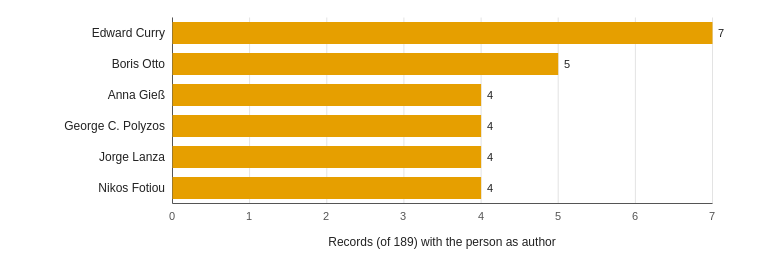
egagraha/slr-dataspace keeps this draw.io diagram as figures/fig_bib_5_authors.drawio. Above is the earlier version. Source tidied: cells renumbered, new cells numbered last; positions are measured from the earlier drawing's top-left corner, leaving out a move shared by most shapes. Both pictures are drawn from the tidied source at 100%, with x=0, y=0 at pixel (17, 17).
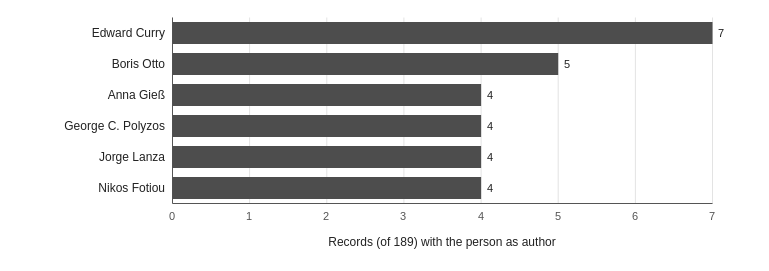
After the change.

Change to the diagram source:
```diff
@@
-    <mxCell id="21" style="rounded=0;whiteSpace=wrap;html=1;fillColor=#E69F00;strokeColor=none;strokeWidth=1;fontFamily=Helvetica;fontSize=12;fontColor=#222222;fontStyle=0;align=center;verticalAlign=middle;dashed=0;" parent="1" vertex="1">
+    <mxCell id="21" style="rounded=0;whiteSpace=wrap;html=1;fillColor=#4D4D4D;strokeColor=none;strokeWidth=1;fontFamily=Helvetica;fontSize=12;fontColor=#222222;fontStyle=0;align=center;verticalAlign=middle;dashed=0;" parent="1" vertex="1">
       <mxGeometry x="155" y="4.5" width="540" height="22" as="geometry" />
     </mxCell>
@@
-    <mxCell id="24" style="rounded=0;whiteSpace=wrap;html=1;fillColor=#E69F00;strokeColor=none;strokeWidth=1;fontFamily=Helvetica;fontSize=12;fontColor=#222222;fontStyle=0;align=center;verticalAlign=middle;dashed=0;" parent="1" vertex="1">
+    <mxCell id="24" style="rounded=0;whiteSpace=wrap;html=1;fillColor=#4D4D4D;strokeColor=none;strokeWidth=1;fontFamily=Helvetica;fontSize=12;fontColor=#222222;fontStyle=0;align=center;verticalAlign=middle;dashed=0;" parent="1" vertex="1">
       <mxGeometry x="155" y="35.5" width="385.7" height="22" as="geometry" />
     </mxCell>
@@
-    <mxCell id="27" style="rounded=0;whiteSpace=wrap;html=1;fillColor=#E69F00;strokeColor=none;strokeWidth=1;fontFamily=Helvetica;fontSize=12;fontColor=#222222;fontStyle=0;align=center;verticalAlign=middle;dashed=0;" parent="1" vertex="1">
+    <mxCell id="27" style="rounded=0;whiteSpace=wrap;html=1;fillColor=#4D4D4D;strokeColor=none;strokeWidth=1;fontFamily=Helvetica;fontSize=12;fontColor=#222222;fontStyle=0;align=center;verticalAlign=middle;dashed=0;" parent="1" vertex="1">
       <mxGeometry x="155" y="66.5" width="308.6" height="22" as="geometry" />
     </mxCell>
@@
-    <mxCell id="30" style="rounded=0;whiteSpace=wrap;html=1;fillColor=#E69F00;strokeColor=none;strokeWidth=1;fontFamily=Helvetica;fontSize=12;fontColor=#222222;fontStyle=0;align=center;verticalAlign=middle;dashed=0;" parent="1" vertex="1">
+    <mxCell id="30" style="rounded=0;whiteSpace=wrap;html=1;fillColor=#4D4D4D;strokeColor=none;strokeWidth=1;fontFamily=Helvetica;fontSize=12;fontColor=#222222;fontStyle=0;align=center;verticalAlign=middle;dashed=0;" parent="1" vertex="1">
       <mxGeometry x="155" y="97.5" width="308.6" height="22" as="geometry" />
     </mxCell>
@@
-    <mxCell id="33" style="rounded=0;whiteSpace=wrap;html=1;fillColor=#E69F00;strokeColor=none;strokeWidth=1;fontFamily=Helvetica;fontSize=12;fontColor=#222222;fontStyle=0;align=center;verticalAlign=middle;dashed=0;" parent="1" vertex="1">
+    <mxCell id="33" style="rounded=0;whiteSpace=wrap;html=1;fillColor=#4D4D4D;strokeColor=none;strokeWidth=1;fontFamily=Helvetica;fontSize=12;fontColor=#222222;fontStyle=0;align=center;verticalAlign=middle;dashed=0;" parent="1" vertex="1">
       <mxGeometry x="155" y="128.5" width="308.6" height="22" as="geometry" />
     </mxCell>
@@
-    <mxCell id="36" style="rounded=0;whiteSpace=wrap;html=1;fillColor=#E69F00;strokeColor=none;strokeWidth=1;fontFamily=Helvetica;fontSize=12;fontColor=#222222;fontStyle=0;align=center;verticalAlign=middle;dashed=0;" parent="1" vertex="1">
+    <mxCell id="36" style="rounded=0;whiteSpace=wrap;html=1;fillColor=#4D4D4D;strokeColor=none;strokeWidth=1;fontFamily=Helvetica;fontSize=12;fontColor=#222222;fontStyle=0;align=center;verticalAlign=middle;dashed=0;" parent="1" vertex="1">
       <mxGeometry x="155" y="159.5" width="308.6" height="22" as="geometry" />
     </mxCell>
```
